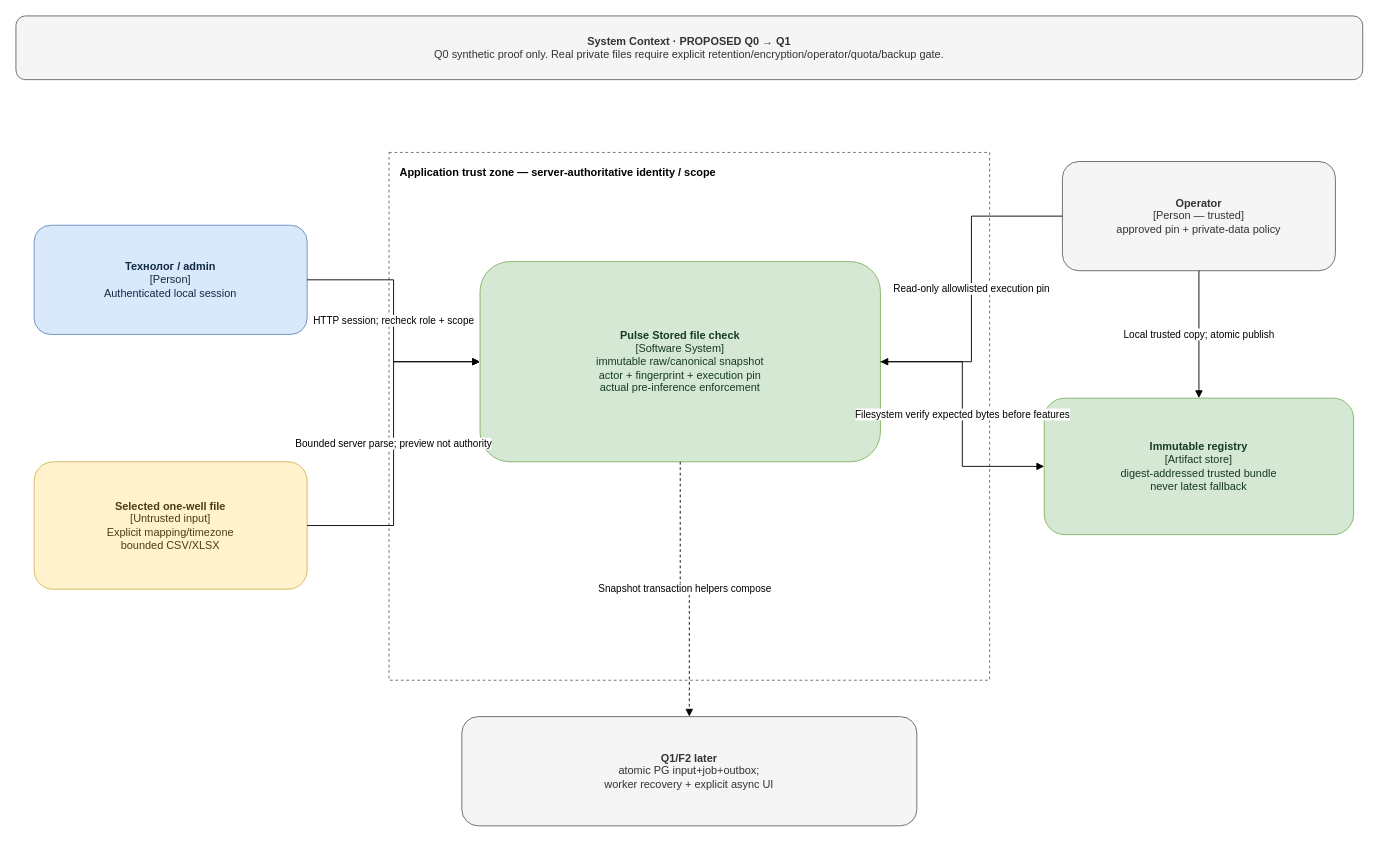
Earlier version of the draw.io diagram page "C1 Proposed — Q1 public workflow" (3 of 6) of docs/q0-artifact-pinning.drawio (effitech-pulse/pulse-backend). Source tidied: cells renumbered, new cells numbered last; positions are measured from the earlier drawing's top-left corner, leaving out a move shared by most shapes. Both pictures are drawn from the tidied source at 91%, with x=0, y=0 at pixel (15, 15).
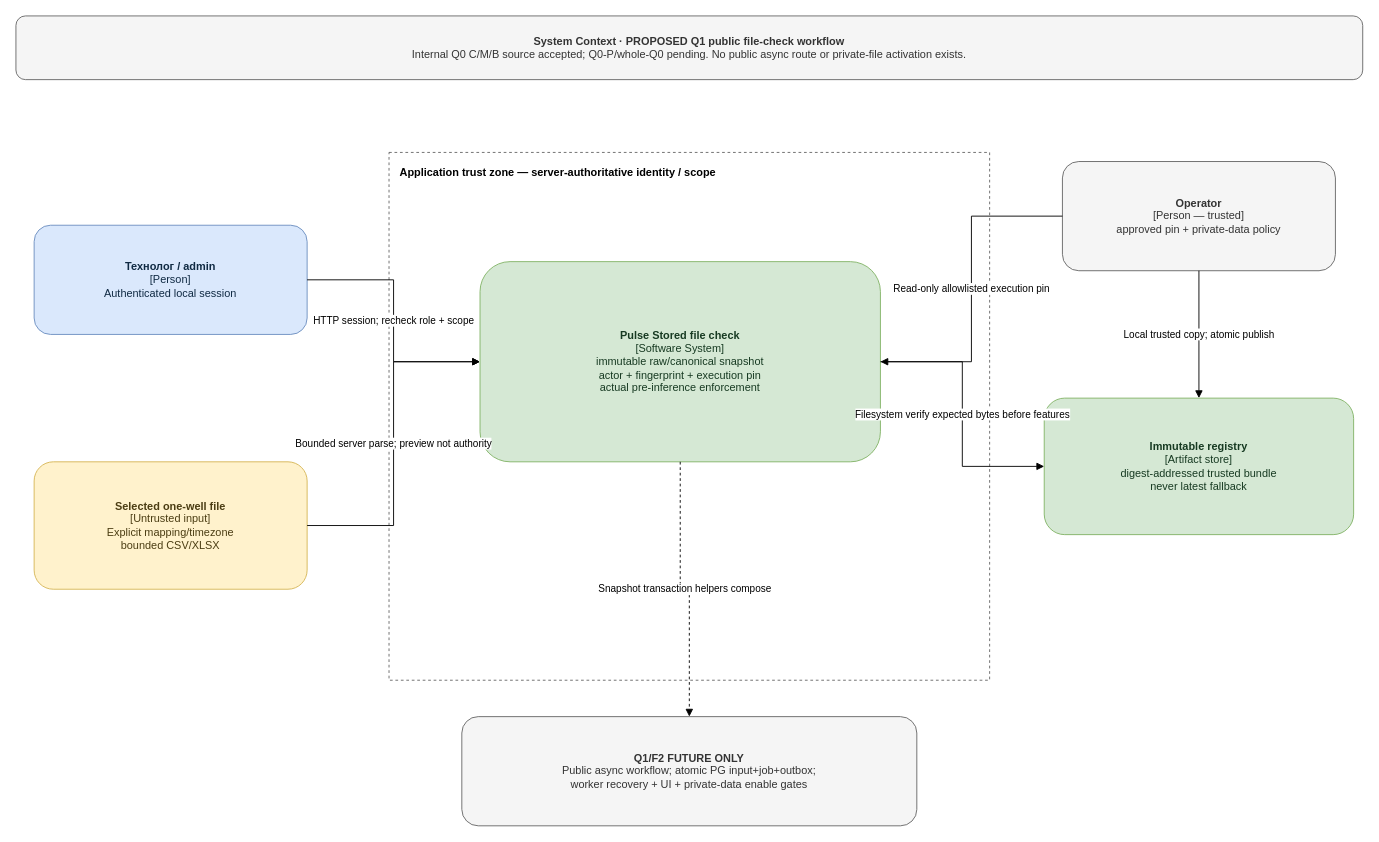
After the change.

What changed in the source:
```diff
@@
 <mxGraphModel>
   <root>
     <mxCell id="0" />
     <mxCell id="1" parent="0" />
-    <mxCell id="2" value="&lt;b&gt;System Context · PROPOSED Q0 → Q1&lt;/b&gt;&lt;br&gt;Q0 synthetic proof only. Real private files require explicit retention/encryption/operator/quota/backup gate." style="rounded=1;whiteSpace=wrap;html=1;fillColor=#f5f5f5;strokeColor=#666666;fontColor=#333333;" parent="1" vertex="1">
+    <mxCell id="2" value="&lt;b&gt;System Context · PROPOSED Q1 public file-check workflow&lt;/b&gt;&lt;br&gt;Internal Q0 C/M/B source accepted; Q0-P/whole-Q0 pending. No public async route or private-file activation exists." style="rounded=1;whiteSpace=wrap;html=1;fillColor=#f5f5f5;strokeColor=#666666;fontColor=#333333;" parent="1" vertex="1">
       <mxGeometry width="1480" height="70" as="geometry" />
     </mxCell>
     <mxCell id="3" value="Application trust zone — server-authoritative identity / scope" style="rounded=0;whiteSpace=wrap;html=1;fillColor=none;strokeColor=#666666;dashed=1;verticalAlign=top;align=left;fontStyle=1;spacingTop=8;spacingLeft=10;" parent="1" vertex="1">
       <mxGeometry x="410" y="150" width="660" height="580" as="geometry" />
     </mxCell>
     <mxCell id="4" value="&lt;b&gt;Технолог / admin&lt;/b&gt;&lt;br&gt;[Person]&lt;br&gt;Authenticated local session" style="rounded=1;whiteSpace=wrap;html=1;fillColor=#dae8fc;strokeColor=#6c8ebf;fontColor=#102a43;" parent="1" vertex="1">
       <mxGeometry x="20" y="230" width="300" height="120" as="geometry" />
     </mxCell>
     <mxCell id="5" value="&lt;b&gt;Selected one-well file&lt;/b&gt;&lt;br&gt;[Untrusted input]&lt;br&gt;Explicit mapping/timezone&lt;br&gt;bounded CSV/XLSX" style="rounded=1;whiteSpace=wrap;html=1;fillColor=#fff2cc;strokeColor=#d6b656;fontColor=#4b3d13;" parent="1" vertex="1">
       <mxGeometry x="20" y="490" width="300" height="140" as="geometry" />
     </mxCell>
     <mxCell id="6" value="&lt;b&gt;Pulse Stored file check&lt;/b&gt;&lt;br&gt;[Software System]&lt;br&gt;immutable raw/canonical snapshot&lt;br&gt;actor + fingerprint + execution pin&lt;br&gt;actual pre-inference enforcement" style="rounded=1;whiteSpace=wrap;html=1;fillColor=#d5e8d4;strokeColor=#82b366;fontColor=#173a22;" parent="1" vertex="1">
       <mxGeometry x="510" y="270" width="440" height="220" as="geometry" />
     </mxCell>
     <mxCell id="7" value="&lt;b&gt;Operator&lt;/b&gt;&lt;br&gt;[Person — trusted]&lt;br&gt;approved pin + private-data policy" style="rounded=1;whiteSpace=wrap;html=1;fillColor=#f5f5f5;strokeColor=#666666;fontColor=#333333;" parent="1" vertex="1">
       <mxGeometry x="1150" y="160" width="300" height="120" as="geometry" />
     </mxCell>
     <mxCell id="8" value="&lt;b&gt;Immutable registry&lt;/b&gt;&lt;br&gt;[Artifact store]&lt;br&gt;digest-addressed trusted bundle&lt;br&gt;never latest fallback" style="rounded=1;whiteSpace=wrap;html=1;fillColor=#d5e8d4;strokeColor=#82b366;fontColor=#173a22;" parent="1" vertex="1">
       <mxGeometry x="1130" y="420" width="340" height="150" as="geometry" />
     </mxCell>
-    <mxCell id="9" value="&lt;b&gt;Q1/F2 later&lt;/b&gt;&lt;br&gt;atomic PG input+job+outbox;&lt;br&gt;worker recovery + explicit async UI" style="rounded=1;whiteSpace=wrap;html=1;fillColor=#f5f5f5;strokeColor=#666666;fontColor=#333333;" parent="1" vertex="1">
+    <mxCell id="9" value="&lt;b&gt;Q1/F2 FUTURE ONLY&lt;/b&gt;&lt;br&gt;Public async workflow; atomic PG input+job+outbox;&lt;br&gt;worker recovery + UI + private-data enable gates" style="rounded=1;whiteSpace=wrap;html=1;fillColor=#f5f5f5;strokeColor=#666666;fontColor=#333333;" parent="1" vertex="1">
       <mxGeometry x="490" y="770" width="500" height="120" as="geometry" />
     </mxCell>
     <mxCell id="10" value="HTTP session; recheck role + scope" style="edgeStyle=orthogonalEdgeStyle;rounded=0;html=1;endArrow=block;endFill=1;" parent="1" edge="1" source="4" target="6">
       <mxGeometry relative="1" as="geometry" />
     </mxCell>
     <mxCell id="11" value="Bounded server parse; preview not authority" style="edgeStyle=orthogonalEdgeStyle;rounded=0;html=1;endArrow=block;endFill=1;" parent="1" edge="1" source="5" target="6">
       <mxGeometry relative="1" as="geometry" />
     </mxCell>
     <mxCell id="12" value="Local trusted copy; atomic publish" style="edgeStyle=orthogonalEdgeStyle;rounded=0;html=1;endArrow=block;endFill=1;" parent="1" edge="1" source="7" target="8">
       <mxGeometry relative="1" as="geometry" />
     </mxCell>
     <mxCell id="13" value="Read-only allowlisted execution pin" style="edgeStyle=orthogonalEdgeStyle;rounded=0;html=1;endArrow=block;endFill=1;" parent="1" edge="1" source="7" target="6">
       <mxGeometry relative="1" as="geometry" />
     </mxCell>
     <mxCell id="14" value="Filesystem verify expected bytes before features" style="edgeStyle=orthogonalEdgeStyle;rounded=0;html=1;endArrow=block;endFill=1;" parent="1" edge="1" source="6" target="8">
       <mxGeometry relative="1" as="geometry" />
     </mxCell>
     <mxCell id="15" value="Snapshot transaction helpers compose" style="edgeStyle=orthogonalEdgeStyle;rounded=0;html=1;endArrow=block;endFill=1;dashed=1;" parent="1" edge="1" source="6" target="9">
       <mxGeometry relative="1" as="geometry" />
     </mxCell>
   </root>
 </mxGraphModel>
```
